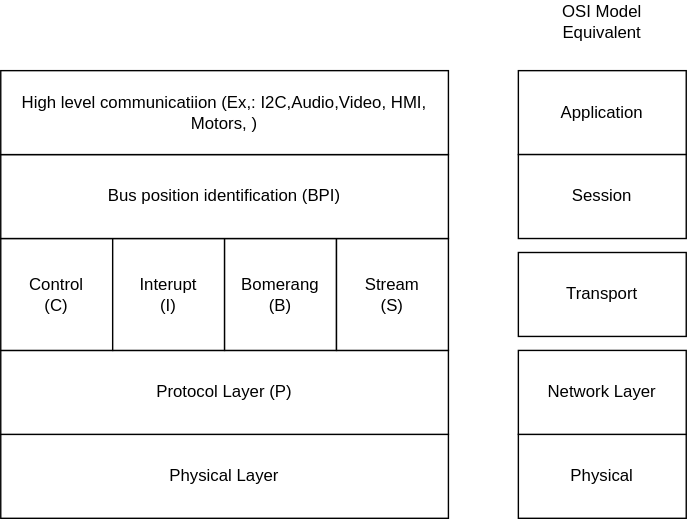
cdg66/BUS_figures keeps this draw.io diagram as Protocol_stack.svg. Above is the earlier version. Source tidied: cells renumbered, new cells last; positions are measured from the earlier drawing's top-left corner, leaving out a move shared by most shapes.
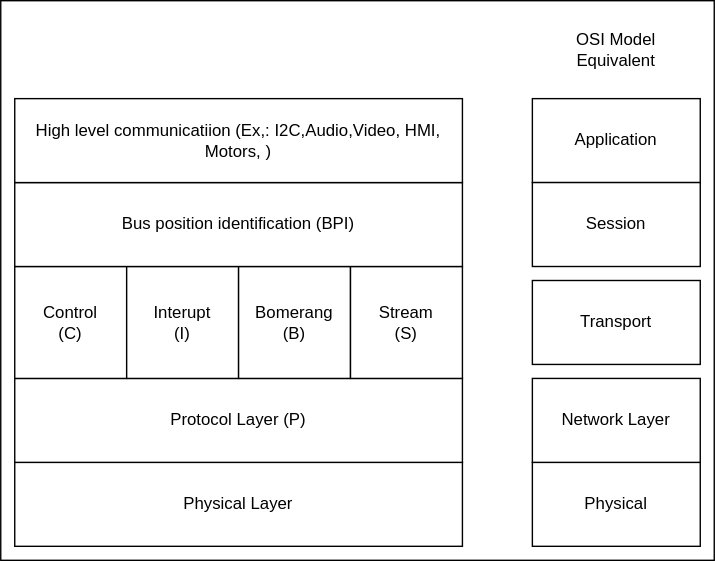
Above is the later version.

What changed in the source:
```diff
@@ -2,6 +2,9 @@
   <root>
     <mxCell id="0" />
     <mxCell id="1" parent="0" />
+    <mxCell id="16" style="rounded=0;whiteSpace=wrap;html=1;" parent="1" vertex="1">
+      <mxGeometry x="-10" y="-20" width="510" height="400" as="geometry" />
+    </mxCell>
     <mxCell id="2" value="Physical Layer " style="rounded=0;whiteSpace=wrap;html=1;" parent="1" vertex="1">
       <mxGeometry y="310" width="320" height="60" as="geometry" />
     </mxCell>
```
